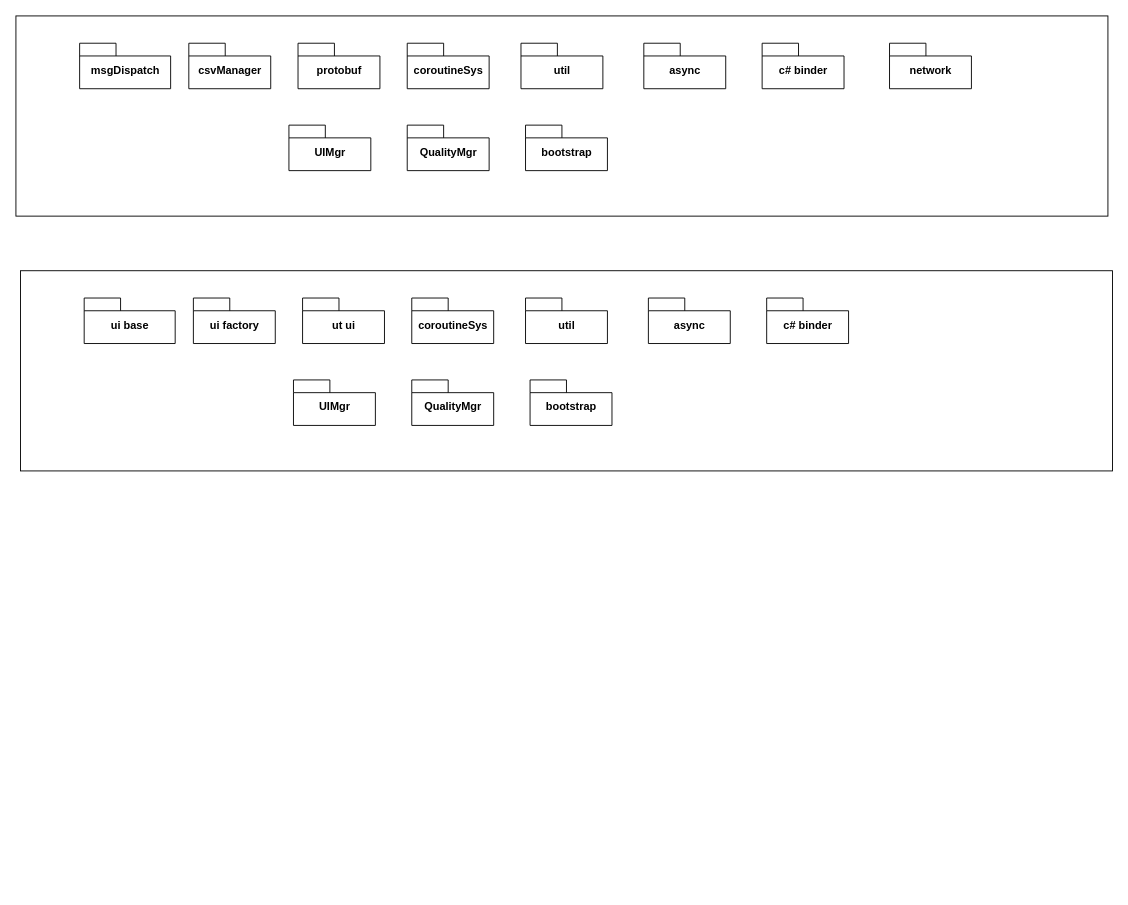
Above: frame.drawio in qiaoqiaoxiong/diagram (draw.io), before the change. Source tidied: cells renumbered, new cells numbered last; positions are measured from the earlier drawing's top-left corner, leaving out a move shared by most shapes. Both pictures are drawn from the tidied source at 91%, with x=0, y=0 at pixel (15, 15).
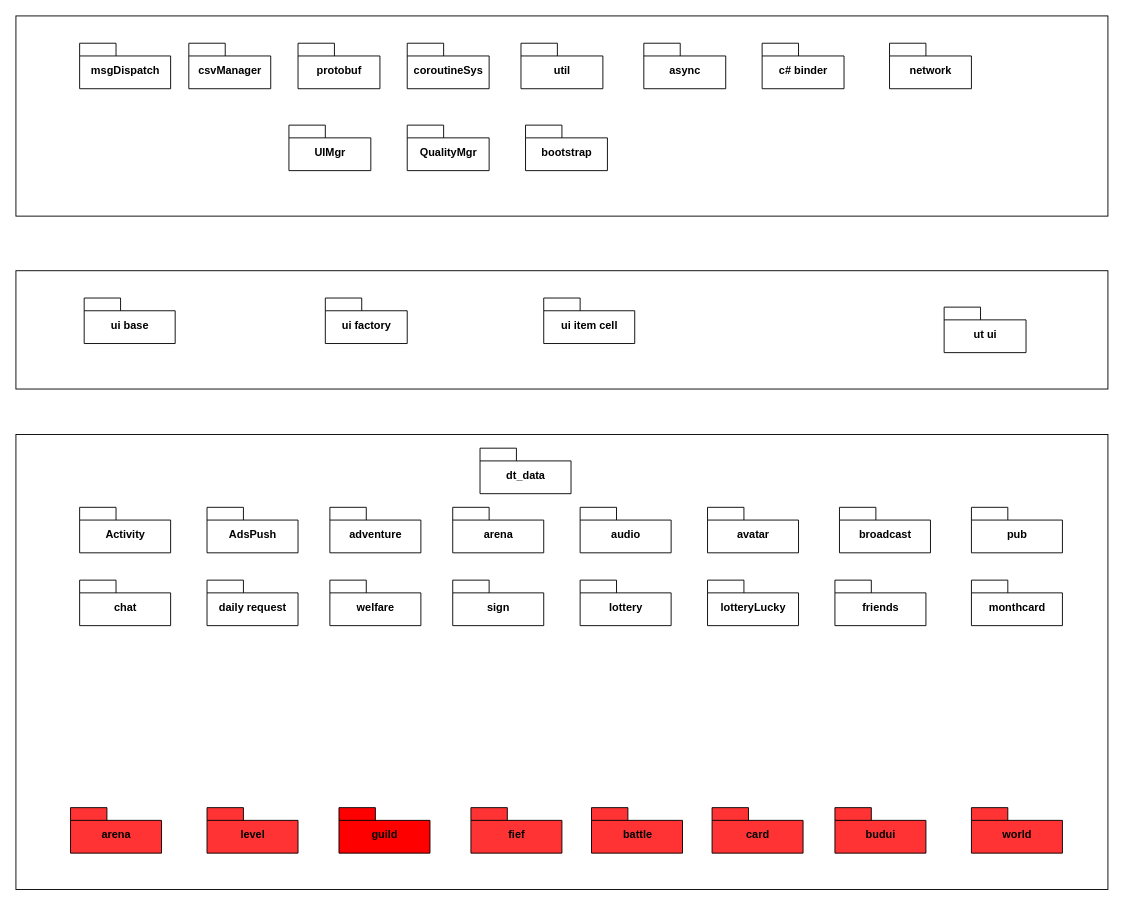
The same diagram, later.

What changed in the source:
```diff
@@
     <mxCell id="13" style="rounded=0;whiteSpace=wrap;html=1;" parent="1" vertex="1">
-      <mxGeometry x="5" y="280" width="1200" height="220" as="geometry" />
+      <mxGeometry y="280" width="1200" height="130" as="geometry" />
     </mxCell>
@@
     <mxCell id="15" value="ui factory" style="shape=folder;fontStyle=1;spacingTop=10;tabWidth=40;tabHeight=14;tabPosition=left;html=1;" parent="1" vertex="1">
-      <mxGeometry x="195" y="310" width="90" height="50" as="geometry" />
+      <mxGeometry x="340" y="310" width="90" height="50" as="geometry" />
     </mxCell>
     <mxCell id="16" value="ut ui" style="shape=folder;fontStyle=1;spacingTop=10;tabWidth=40;tabHeight=14;tabPosition=left;html=1;" parent="1" vertex="1">
-      <mxGeometry x="315" y="310" width="90" height="50" as="geometry" />
+      <mxGeometry x="1020" y="320" width="90" height="50" as="geometry" />
     </mxCell>
-    <mxCell id="17" value="bootstrap" style="shape=folder;fontStyle=1;spacingTop=10;tabWidth=40;tabHeight=14;tabPosition=left;html=1;" parent="1" vertex="1">
-      <mxGeometry x="565" y="400" width="90" height="50" as="geometry" />
-    </mxCell>
-    <mxCell id="18" value="coroutineSys" style="shape=folder;fontStyle=1;spacingTop=10;tabWidth=40;tabHeight=14;tabPosition=left;html=1;" parent="1" vertex="1">
-      <mxGeometry x="435" y="310" width="90" height="50" as="geometry" />
-    </mxCell>
-    <mxCell id="19" value="util" style="shape=folder;fontStyle=1;spacingTop=10;tabWidth=40;tabHeight=14;tabPosition=left;html=1;" parent="1" vertex="1">
-      <mxGeometry x="560" y="310" width="90" height="50" as="geometry" />
-    </mxCell>
-    <mxCell id="20" value="QualityMgr" style="shape=folder;fontStyle=1;spacingTop=10;tabWidth=40;tabHeight=14;tabPosition=left;html=1;" parent="1" vertex="1">
-      <mxGeometry x="435" y="400" width="90" height="50" as="geometry" />
-    </mxCell>
-    <mxCell id="21" value="UIMgr" style="shape=folder;fontStyle=1;spacingTop=10;tabWidth=40;tabHeight=14;tabPosition=left;html=1;" parent="1" vertex="1">
-      <mxGeometry x="305" y="400" width="90" height="50" as="geometry" />
-    </mxCell>
-    <mxCell id="22" value="async" style="shape=folder;fontStyle=1;spacingTop=10;tabWidth=40;tabHeight=14;tabPosition=left;html=1;" parent="1" vertex="1">
-      <mxGeometry x="695" y="310" width="90" height="50" as="geometry" />
-    </mxCell>
-    <mxCell id="23" value="c# binder" style="shape=folder;fontStyle=1;spacingTop=10;tabWidth=40;tabHeight=14;tabPosition=left;html=1;" parent="1" vertex="1">
-      <mxGeometry x="825" y="310" width="90" height="50" as="geometry" />
-    </mxCell>
@@
+    <mxCell id="25" value="ui item cell" style="shape=folder;fontStyle=1;spacingTop=10;tabWidth=40;tabHeight=14;tabPosition=left;html=1;" parent="1" vertex="1">
+      <mxGeometry x="580" y="310" width="100" height="50" as="geometry" />
+    </mxCell>
+    <mxCell id="26" style="rounded=0;whiteSpace=wrap;html=1;" parent="1" vertex="1">
+      <mxGeometry y="460" width="1200" height="500" as="geometry" />
+    </mxCell>
+    <mxCell id="27" value="dt_data&lt;br&gt;" style="shape=folder;fontStyle=1;spacingTop=10;tabWidth=40;tabHeight=14;tabPosition=left;html=1;" parent="1" vertex="1">
+      <mxGeometry x="510" y="475" width="100" height="50" as="geometry" />
+    </mxCell>
+    <mxCell id="28" value="Activity&lt;br&gt;" style="shape=folder;fontStyle=1;spacingTop=10;tabWidth=40;tabHeight=14;tabPosition=left;html=1;" parent="1" vertex="1">
+      <mxGeometry x="70" y="540" width="100" height="50" as="geometry" />
+    </mxCell>
+    <mxCell id="29" value="AdsPush" style="shape=folder;fontStyle=1;spacingTop=10;tabWidth=40;tabHeight=14;tabPosition=left;html=1;" parent="1" vertex="1">
+      <mxGeometry x="210" y="540" width="100" height="50" as="geometry" />
+    </mxCell>
+    <mxCell id="30" value="adventure" style="shape=folder;fontStyle=1;spacingTop=10;tabWidth=40;tabHeight=14;tabPosition=left;html=1;" parent="1" vertex="1">
+      <mxGeometry x="345" y="540" width="100" height="50" as="geometry" />
+    </mxCell>
+    <mxCell id="31" value="arena" style="shape=folder;fontStyle=1;spacingTop=10;tabWidth=40;tabHeight=14;tabPosition=left;html=1;" parent="1" vertex="1">
+      <mxGeometry x="480" y="540" width="100" height="50" as="geometry" />
+    </mxCell>
+    <mxCell id="32" value="audio" style="shape=folder;fontStyle=1;spacingTop=10;tabWidth=40;tabHeight=14;tabPosition=left;html=1;" parent="1" vertex="1">
+      <mxGeometry x="620" y="540" width="100" height="50" as="geometry" />
+    </mxCell>
+    <mxCell id="33" value="avatar" style="shape=folder;fontStyle=1;spacingTop=10;tabWidth=40;tabHeight=14;tabPosition=left;html=1;" parent="1" vertex="1">
+      <mxGeometry x="760" y="540" width="100" height="50" as="geometry" />
+    </mxCell>
+    <mxCell id="34" value="battle" style="shape=folder;fontStyle=1;spacingTop=10;tabWidth=40;tabHeight=14;tabPosition=left;html=1;fillColor=#FF3333;" parent="1" vertex="1">
+      <mxGeometry x="632.5" y="870" width="100" height="50" as="geometry" />
+    </mxCell>
+    <mxCell id="35" value="broadcast" style="shape=folder;fontStyle=1;spacingTop=10;tabWidth=40;tabHeight=14;tabPosition=left;html=1;" parent="1" vertex="1">
+      <mxGeometry x="905" y="540" width="100" height="50" as="geometry" />
+    </mxCell>
+    <mxCell id="36" value="budui" style="shape=folder;fontStyle=1;spacingTop=10;tabWidth=40;tabHeight=14;tabPosition=left;html=1;fillColor=#FF3333;" parent="1" vertex="1">
+      <mxGeometry x="900" y="870" width="100" height="50" as="geometry" />
+    </mxCell>
+    <mxCell id="37" value="card" style="shape=folder;fontStyle=1;spacingTop=10;tabWidth=40;tabHeight=14;tabPosition=left;html=1;fillColor=#FF3333;" parent="1" vertex="1">
+      <mxGeometry x="765" y="870" width="100" height="50" as="geometry" />
+    </mxCell>
+    <mxCell id="38" value="chat" style="shape=folder;fontStyle=1;spacingTop=10;tabWidth=40;tabHeight=14;tabPosition=left;html=1;" parent="1" vertex="1">
+      <mxGeometry x="70" y="620" width="100" height="50" as="geometry" />
+    </mxCell>
+    <mxCell id="39" value="daily request" style="shape=folder;fontStyle=1;spacingTop=10;tabWidth=40;tabHeight=14;tabPosition=left;html=1;" parent="1" vertex="1">
+      <mxGeometry x="210" y="620" width="100" height="50" as="geometry" />
+    </mxCell>
+    <mxCell id="40" value="welfare" style="shape=folder;fontStyle=1;spacingTop=10;tabWidth=40;tabHeight=14;tabPosition=left;html=1;" parent="1" vertex="1">
+      <mxGeometry x="345" y="620" width="100" height="50" as="geometry" />
+    </mxCell>
+    <mxCell id="41" value="sign" style="shape=folder;fontStyle=1;spacingTop=10;tabWidth=40;tabHeight=14;tabPosition=left;html=1;" parent="1" vertex="1">
+      <mxGeometry x="480" y="620" width="100" height="50" as="geometry" />
+    </mxCell>
+    <mxCell id="42" value="lottery" style="shape=folder;fontStyle=1;spacingTop=10;tabWidth=40;tabHeight=14;tabPosition=left;html=1;" parent="1" vertex="1">
+      <mxGeometry x="620" y="620" width="100" height="50" as="geometry" />
+    </mxCell>
+    <mxCell id="43" value="lotteryLucky" style="shape=folder;fontStyle=1;spacingTop=10;tabWidth=40;tabHeight=14;tabPosition=left;html=1;" parent="1" vertex="1">
+      <mxGeometry x="760" y="620" width="100" height="50" as="geometry" />
+    </mxCell>
+    <mxCell id="44" value="level" style="shape=folder;fontStyle=1;spacingTop=10;tabWidth=40;tabHeight=14;tabPosition=left;html=1;fillColor=#FF3333;" parent="1" vertex="1">
+      <mxGeometry x="210" y="870" width="100" height="50" as="geometry" />
+    </mxCell>
+    <mxCell id="45" value="monthcard" style="shape=folder;fontStyle=1;spacingTop=10;tabWidth=40;tabHeight=14;tabPosition=left;html=1;" parent="1" vertex="1">
+      <mxGeometry x="1050" y="620" width="100" height="50" as="geometry" />
+    </mxCell>
+    <mxCell id="46" value="guild" style="shape=folder;fontStyle=1;spacingTop=10;tabWidth=40;tabHeight=14;tabPosition=left;html=1;fillColor=#FF0000;" parent="1" vertex="1">
+      <mxGeometry x="355" y="870" width="100" height="50" as="geometry" />
+    </mxCell>
+    <mxCell id="47" value="fief" style="shape=folder;fontStyle=1;spacingTop=10;tabWidth=40;tabHeight=14;tabPosition=left;html=1;fillColor=#FF3333;" parent="1" vertex="1">
+      <mxGeometry x="500" y="870" width="100" height="50" as="geometry" />
+    </mxCell>
+    <mxCell id="48" value="friends&lt;br&gt;" style="shape=folder;fontStyle=1;spacingTop=10;tabWidth=40;tabHeight=14;tabPosition=left;html=1;" parent="1" vertex="1">
+      <mxGeometry x="900" y="620" width="100" height="50" as="geometry" />
+    </mxCell>
+    <mxCell id="49" value="world" style="shape=folder;fontStyle=1;spacingTop=10;tabWidth=40;tabHeight=14;tabPosition=left;html=1;fillColor=#FF3333;" parent="1" vertex="1">
+      <mxGeometry x="1050" y="870" width="100" height="50" as="geometry" />
+    </mxCell>
+    <mxCell id="50" value="arena" style="shape=folder;fontStyle=1;spacingTop=10;tabWidth=40;tabHeight=14;tabPosition=left;html=1;fillColor=#FF3333;" parent="1" vertex="1">
+      <mxGeometry x="60" y="870" width="100" height="50" as="geometry" />
+    </mxCell>
+    <mxCell id="51" value="pub" style="shape=folder;fontStyle=1;spacingTop=10;tabWidth=40;tabHeight=14;tabPosition=left;html=1;" parent="1" vertex="1">
+      <mxGeometry x="1050" y="540" width="100" height="50" as="geometry" />
+    </mxCell>
```
